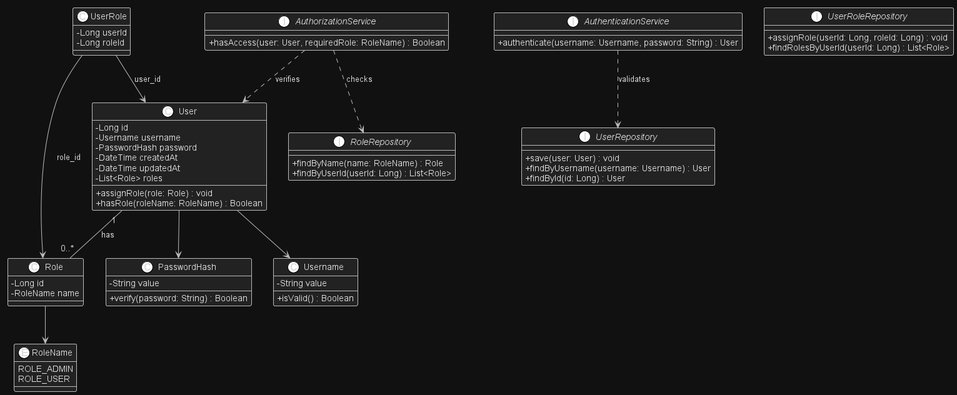
This is assets/class-domain-iam.png from PeaceApp-Emergentes/project-report, a PlantUML export, as it was before one commit.
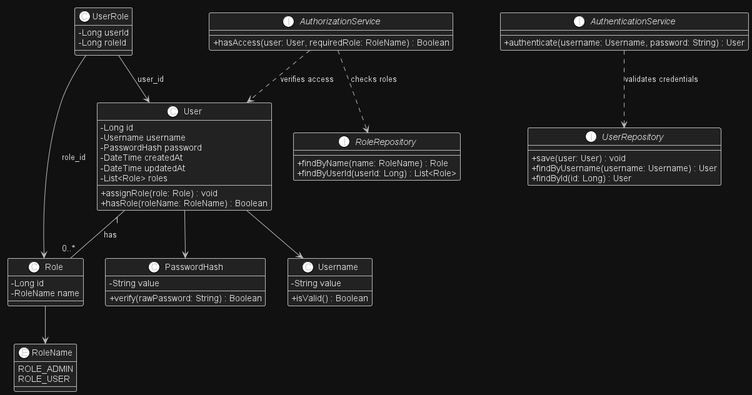
The same diagram one commit later.

Commit message:
chore: update IAM class domain

Diff of the diagram source:
```diff
@@ -54,7 +54,7 @@
 
 class PasswordHash {
   -String value
-  +verify(password: String) : Boolean
+  +verify(rawPassword: String) : Boolean
 }
 
 enum RoleName {
@@ -73,11 +73,6 @@
   +findByUserId(userId: Long) : List<Role>
 }
 
-interface UserRoleRepository {
-  +assignRole(userId: Long, roleId: Long) : void
-  +findRolesByUserId(userId: Long) : List<Role>
-}
-
 interface AuthenticationService {
   +authenticate(username: Username, password: String) : User
 }
@@ -94,8 +89,8 @@
 User --> PasswordHash
 Role --> RoleName
 
-AuthenticationService ..> UserRepository : validates
-AuthorizationService ..> RoleRepository : checks
-AuthorizationService ..> User : verifies
+AuthenticationService ..> UserRepository : validates credentials
+AuthorizationService ..> RoleRepository : checks roles
+AuthorizationService ..> User : verifies access
 
 @enduml
```
